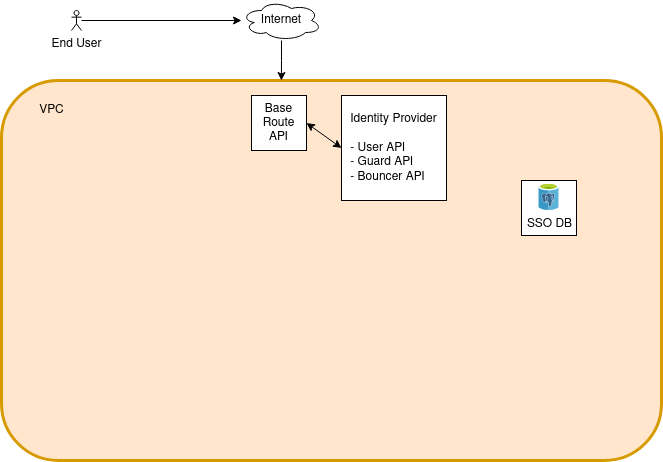
Earlier version of the draw.io export DevOps_Pro1_App.drawio.png (GadW6/DevOps_Pro1__DevOps). Source tidied: cells renumbered, new cells last; positions are measured from the earlier drawing's top-left corner, leaving out a move shared by most shapes.
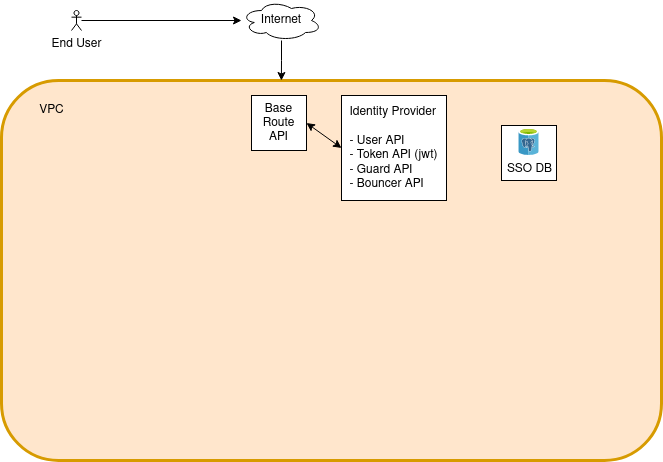
After the change.

The edit, as a diff of the source:
```diff
@@ -25,14 +25,14 @@
     <mxCell id="8" value="Base Route API" style="whiteSpace=wrap;html=1;" parent="1" vertex="1">
       <mxGeometry x="250" y="95" width="55" height="55" as="geometry" />
     </mxCell>
-    <mxCell id="9" value="&lt;div align=&quot;left&quot;&gt;Identity Provider&lt;br&gt;&lt;/div&gt;&lt;div&gt;&lt;br&gt;&lt;/div&gt;&lt;div align=&quot;left&quot;&gt;- User API&lt;/div&gt;&lt;div align=&quot;left&quot;&gt;- Guard API&lt;br&gt;- Bouncer API&lt;br&gt;&lt;/div&gt;" style="whiteSpace=wrap;html=1;" parent="1" vertex="1">
+    <mxCell id="9" value="&lt;div align=&quot;left&quot;&gt;Identity Provider&lt;br&gt;&lt;/div&gt;&lt;div&gt;&lt;br&gt;&lt;/div&gt;&lt;div align=&quot;left&quot;&gt;- User API&lt;/div&gt;&lt;div align=&quot;left&quot;&gt;- Token API (jwt)&lt;br&gt;&lt;/div&gt;&lt;div align=&quot;left&quot;&gt;- Guard API&lt;br&gt;- Bouncer API&lt;br&gt;&lt;/div&gt;" style="whiteSpace=wrap;html=1;" parent="1" vertex="1">
       <mxGeometry x="340" y="95" width="105" height="105" as="geometry" />
     </mxCell>
     <mxCell id="10" style="html=1;labelBackgroundColor=#ffffff;startArrow=classic;startFill=1;startSize=6;endArrow=classic;endFill=1;endSize=6;jettySize=auto;strokeWidth=1;fontSize=14;rounded=0;exitX=1;exitY=0.5;exitDx=0;exitDy=0;entryX=0;entryY=0.5;entryDx=0;entryDy=0;" parent="1" edge="1" source="8" target="9">
       <mxGeometry relative="1" as="geometry" />
     </mxCell>
     <mxCell id="11" style="group;" parent="1" vertex="1">
-      <mxGeometry x="520" y="180" width="55" height="55" as="geometry" />
+      <mxGeometry x="500" y="125" width="55" height="55" as="geometry" />
     </mxCell>
     <mxCell id="12" style="whiteSpace=wrap;html=1;" parent="11" vertex="1">
       <mxGeometry width="55" height="55" as="geometry" />
```
